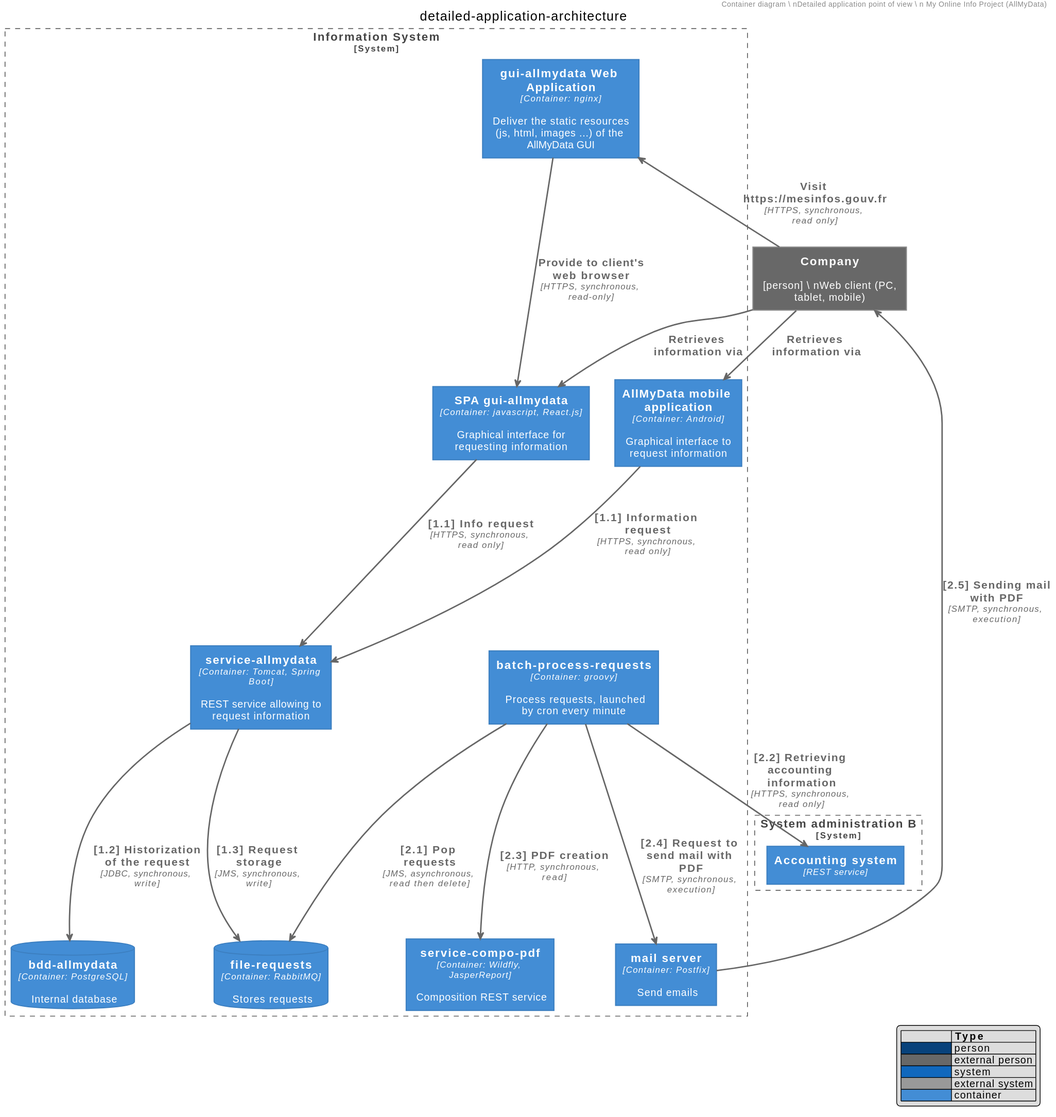
bflorat/architecture-document-template keeps this PlantUML diagram as diagrams/detailed-application-architecture.svg. Above is the earlier version. Its diagram source:
```plantuml
@startuml


!define ELEMENT_FONT_COLOR #FFFFFF


!define TECHN_FONT_SIZE 12

skinparam defaultTextAlignment center

skinparam wrapWidth 200
skinparam maxMessageSize 150

skinparam rectangle {
    StereotypeFontSize 12
    shadowing false
}

skinparam database {
    StereotypeFontSize 12
    shadowing false
}

skinparam Arrow {
    Color #666666
    FontColor #666666
    FontSize 14
    Thickness 2
}

skinparam rectangle<<zone>> {
    Shadowing false
    StereotypeFontSize 0
    FontColor #444444
    BorderColor #444444
    BorderStyle dashed
}


!definelong LAYOUT_AS_SKETCH
skinparam backgroundColor #EEEBDC
skinparam handwritten true
skinparam defaultFontName "Comic Sans MS"
center footer <font color=red>Warning:</font> Created for discussion, needs to be validated
!enddefinelong

!define LAYOUT_TOP_DOWN top to bottom direction
!define LAYOUT_LEFT_RIGHT left to right direction


!define Boundary(e_alias, e_label) rectangle "==e_label" <<zone>> as e_alias
!define Boundary(e_alias, e_label, e_type) rectangle "==e_label\n<size:TECHN_FONT_SIZE>[e_type]</size>" <<zone>> as e_alias


!define Rel_(e_alias1, e_alias2, e_label, e_direction="") e_alias1 e_direction e_alias2 : "===e_label"
!define Rel_(e_alias1, e_alias2, e_label, e_techn, e_direction="") e_alias1 e_direction e_alias2 : "===e_label\n//<size:TECHN_FONT_SIZE>[e_techn]</size>//"

!define Rel(e_from,e_to, e_label) Rel_(e_from,e_to, e_label, "-->")
!define Rel(e_from,e_to, e_label, e_techn) Rel_(e_from,e_to, e_label, e_techn, "-->")

!define Rel_Back(e_to, e_from, e_label) Rel_(e_to, e_from, e_label, "<--")
!define Rel_Back(e_to, e_from, e_label, e_techn) Rel_(e_to, e_from, e_label, e_techn, "<--")

!define Rel_Neighbor(e_from,e_to, e_label) Rel_(e_from,e_to, e_label, "->")
!define Rel_Neighbor(e_from,e_to, e_label, e_techn) Rel_(e_from,e_to, e_label, e_techn, "->")

!define Rel_Back_Neighbor(e_to, e_from, e_label) Rel_(e_to, e_from, e_label, "<-")
!define Rel_Back_Neighbor(e_to, e_from, e_label, e_techn) Rel_(e_to, e_from, e_label, e_techn, "<-")

!define Rel_D(e_from,e_to, e_label) Rel_(e_from,e_to, e_label, "-DOWN->")
!define Rel_D(e_from,e_to, e_label, e_techn) Rel_(e_from,e_to, e_label, e_techn, "-DOWN->")
!define Rel_Down(e_from,e_to, e_label) Rel_D(e_from,e_to, e_label)
!define Rel_Down(e_from,e_to, e_label, e_techn) Rel_D(e_from,e_to, e_label, e_techn)

!define Rel_U(e_from,e_to, e_label) Rel_(e_from,e_to, e_label, "-UP->")
!define Rel_U(e_from,e_to, e_label, e_techn) Rel_(e_from,e_to, e_label, e_techn, "-UP->")
!define Rel_Up(e_from,e_to, e_label) Rel_U(e_from,e_to, e_label)
!define Rel_Up(e_from,e_to, e_label, e_techn) Rel_U(e_from,e_to, e_label, e_techn)

!define Rel_L(e_from,e_to, e_label) Rel_(e_from,e_to, e_label, "-LEFT->")
!define Rel_L(e_from,e_to, e_label, e_techn) Rel_(e_from,e_to, e_label, e_techn, "-LEFT->")
!define Rel_Left(e_from,e_to, e_label) Rel_L(e_from,e_to, e_label)
!define Rel_Left(e_from,e_to, e_label, e_techn) Rel_L(e_from,e_to, e_label, e_techn)

!define Rel_R(e_from,e_to, e_label) Rel_(e_from,e_to, e_label, "-RIGHT->")
!define Rel_R(e_from,e_to, e_label, e_techn) Rel_(e_from,e_to, e_label, e_techn, "-RIGHT->")
!define Rel_Right(e_from,e_to, e_label) Rel_R(e_from,e_to, e_label)
!define Rel_Right(e_from,e_to, e_label, e_techn) Rel_R(e_from,e_to, e_label, e_techn)


!define Lay_D(e_from, e_to) e_from -[hidden]D- e_to
!define Lay_U(e_from, e_to) e_from -[hidden]U- e_to
!define Lay_R(e_from, e_to) e_from -[hidden]R- e_to
!define Lay_L(e_from, e_to) e_from -[hidden]L- e_to



!define PERSON_BG_COLOR #08427B
!define EXTERNAL_PERSON_BG_COLOR #686868
!define SYSTEM_BG_COLOR #1168BD
!define EXTERNAL_SYSTEM_BG_COLOR #999999


skinparam rectangle<<person>> {
    StereotypeFontColor ELEMENT_FONT_COLOR
    FontColor ELEMENT_FONT_COLOR
    BackgroundColor PERSON_BG_COLOR
    BorderColor #073B6F
}

skinparam rectangle<<external_person>> {
    StereotypeFontColor ELEMENT_FONT_COLOR
    FontColor ELEMENT_FONT_COLOR
    BackgroundColor EXTERNAL_PERSON_BG_COLOR
    BorderColor #8A8A8A
}

skinparam rectangle<<system>> {
    StereotypeFontColor ELEMENT_FONT_COLOR
    FontColor ELEMENT_FONT_COLOR
    BackgroundColor SYSTEM_BG_COLOR
    BorderColor #3C7FC0
}

skinparam rectangle<<external_system>> {
    StereotypeFontColor ELEMENT_FONT_COLOR
    FontColor ELEMENT_FONT_COLOR
    BackgroundColor EXTERNAL_SYSTEM_BG_COLOR
    BorderColor #8A8A8A
}

skinparam database<<system>> {
    StereotypeFontColor ELEMENT_FONT_COLOR
    FontColor ELEMENT_FONT_COLOR
    BackgroundColor SYSTEM_BG_COLOR
    BorderColor #3C7FC0
}

skinparam database<<external_system>> {
    StereotypeFontColor ELEMENT_FONT_COLOR
    FontColor ELEMENT_FONT_COLOR
    BackgroundColor EXTERNAL_SYSTEM_BG_COLOR
    BorderColor #8A8A8A
}


!definelong LAYOUT_WITH_LEGEND
hide stereotype
legend right
|=              |= Type |
|<PERSON_BG_COLOR>      | person |
|<EXTERNAL_PERSON_BG_COLOR>      | external person |
|<SYSTEM_BG_COLOR>   | system |
|<EXTERNAL_SYSTEM_BG_COLOR>      | external system |
endlegend
!enddefinelong


!define Person(e_alias, e_label) rectangle "==e_label" <<person>> as e_alias
!define Person(e_alias, e_label, e_descr) rectangle "==e_label\n\n e_descr" <<person>> as e_alias

!define Person_Ext(e_alias, e_label) rectangle "==e_label" <<external_person>> as e_alias
!define Person_Ext(e_alias, e_label, e_descr) rectangle "==e_label\n\n e_descr" <<external_person>> as e_alias

!define System(e_alias, e_label) rectangle "==e_label" <<system>> as e_alias
!define System(e_alias, e_label, e_descr) rectangle "==e_label\n\n e_descr" <<system>> as e_alias

!define System_Ext(e_alias, e_label) rectangle "==e_label" <<external_system>> as e_alias
!define System_Ext(e_alias, e_label, e_descr) rectangle "==e_label\n\n e_descr" <<external_system>> as e_alias

!define SystemDb(e_alias, e_label) database "==e_label" <<system>> as e_alias
!define SystemDb(e_alias, e_label, e_descr) database "==e_label\n\n e_descr" <<system>> as e_alias

!define SystemDb_Ext(e_alias, e_label) database "==e_label" <<external_system>> as e_alias
!define SystemDb_Ext(e_alias, e_label, e_descr) database "==e_label\n\n e_descr" <<external_system>> as e_alias


!define Enterprise_Boundary(e_alias, e_label) Boundary(e_alias, e_label, "Enterprise")
!define System_Boundary(e_alias, e_label) Boundary(e_alias, e_label, "System")



!define CONTAINER_BG_COLOR #438DD5


skinparam rectangle<<unité déployable>> {
    StereotypeFontColor ELEMENT_FONT_COLOR
    FontColor ELEMENT_FONT_COLOR
    BackgroundColor CONTAINER_BG_COLOR
    BorderColor #3C7FC0
}

skinparam database<<unité déployable>> {
    StereotypeFontColor ELEMENT_FONT_COLOR
    FontColor ELEMENT_FONT_COLOR
    BackgroundColor CONTAINER_BG_COLOR
    BorderColor #3C7FC0
}


!definelong LAYOUT_WITH_LEGEND
hide stereotype
legend right
|=              |= Type |
|<PERSON_BG_COLOR>      | person |
|<EXTERNAL_PERSON_BG_COLOR>      | external person |
|<SYSTEM_BG_COLOR>   | system |
|<EXTERNAL_SYSTEM_BG_COLOR>      | external system |
|<CONTAINER_BG_COLOR>   | container |
endlegend
!enddefinelong


!define Container(e_alias, e_label) rectangle "==e_label" <<unité déployable>> as e_alias
!define Container(e_alias, e_label, e_techn) rectangle "==e_label\n//<size:TECHN_FONT_SIZE>[e_techn]</size>//" <<unité déployable>> as e_alias
!define Container(e_alias, e_label, e_techn, e_descr) rectangle "==e_label\n//<size:TECHN_FONT_SIZE>[e_techn]</size>//\n\n e_descr" <<unité déployable>> as e_alias

!define ContainerDb(e_alias, e_label, e_techn) database "==e_label\n//<size:TECHN_FONT_SIZE>[e_techn]</size>//" <<unité déployable>> as e_alias
!define ContainerDb(e_alias, e_label, e_techn, e_descr) database "==e_label\n//<size:TECHN_FONT_SIZE>[e_techn]</size>//\n\n e_descr" <<unité déployable>> as e_alias


!define Container_Boundary(e_alias, e_label) Boundary(e_alias, e_label, "Container")
title detailed-application-architecture
header Container diagram \ nDetailed application point of view \ n My Online Info Project (AllMyData)
LAYOUT_WITH_LEGEND()
Person_Ext(company, "Company", "[person] \ nWeb client (PC, tablet, mobile)")

System_Boundary(administration, "System administration B") {
    Container(scompta, "Accounting system", "REST service")
}

System_Boundary(si, "Information System") {
    Container(static_resources, "gui-allmydata Web Application", "Container: nginx", "Deliver the static resources (js, html, images ...) of the AllMyData GUI")
    Container(spa, "SPA gui-allmydata", "Container: javascript, React.js", "Graphical interface for requesting information")
    Container(mobile, "AllMyData mobile application", "Container: Android", "Graphical interface to request information")
    Container(sm, "service-allmydata", "Container: Tomcat, Spring Boot", "REST service allowing to request information")
    Container(batch, "batch-process-requests", "Container: groovy", "Process requests, launched by cron every minute")
    ContainerDb(file, "file-requests", "Container: RabbitMQ", "Stores requests")
    ContainerDb(bdd, "bdd-allmydata", "Container: PostgreSQL", "Internal database")
    Container(compo, "service-compo-pdf", "Container: Wildfly, JasperReport", "Composition REST service")
    Container(smails, "mail server", "Container: Postfix", "Send emails")
}

Rel(company, static_resources, "Visit https://mesinfos.gouv.fr", "HTTPS, synchronous, read only")
Rel(company, spa, "Retrieves information via")
Rel(company, mobile, "Retrieves information via")
Rel(static_resources, spa, "Provide to client's web browser", "HTTPS, synchronous, read-only")
Rel(spa, sm, "[1.1] Info request", "HTTPS, synchronous, read only")
Rel(mobile, sm, "[1.1] Information request", "HTTPS, synchronous, read only")
Rel(sm, bdd, "[1.2] Historization of the request", "JDBC, synchronous, write")
Rel(sm, file, "[1.3] Request storage", "JMS, synchronous, write")
Rel(batch, file, "[2.1] Pop requests", "JMS, asynchronous, read then delete")
Rel(batch, scompta, "[2.2] Retrieving accounting information", "HTTPS, synchronous, read only")
Rel(batch, compo, "[2.3] PDF creation", "HTTP, synchronous, read")
Rel(batch, smails, "[2.4] Request to send mail with PDF", "SMTP, synchronous, execution")
Rel(smails, company, "[2.5] Sending mail with PDF", "SMTP, synchronous, execution")
@enduml
```
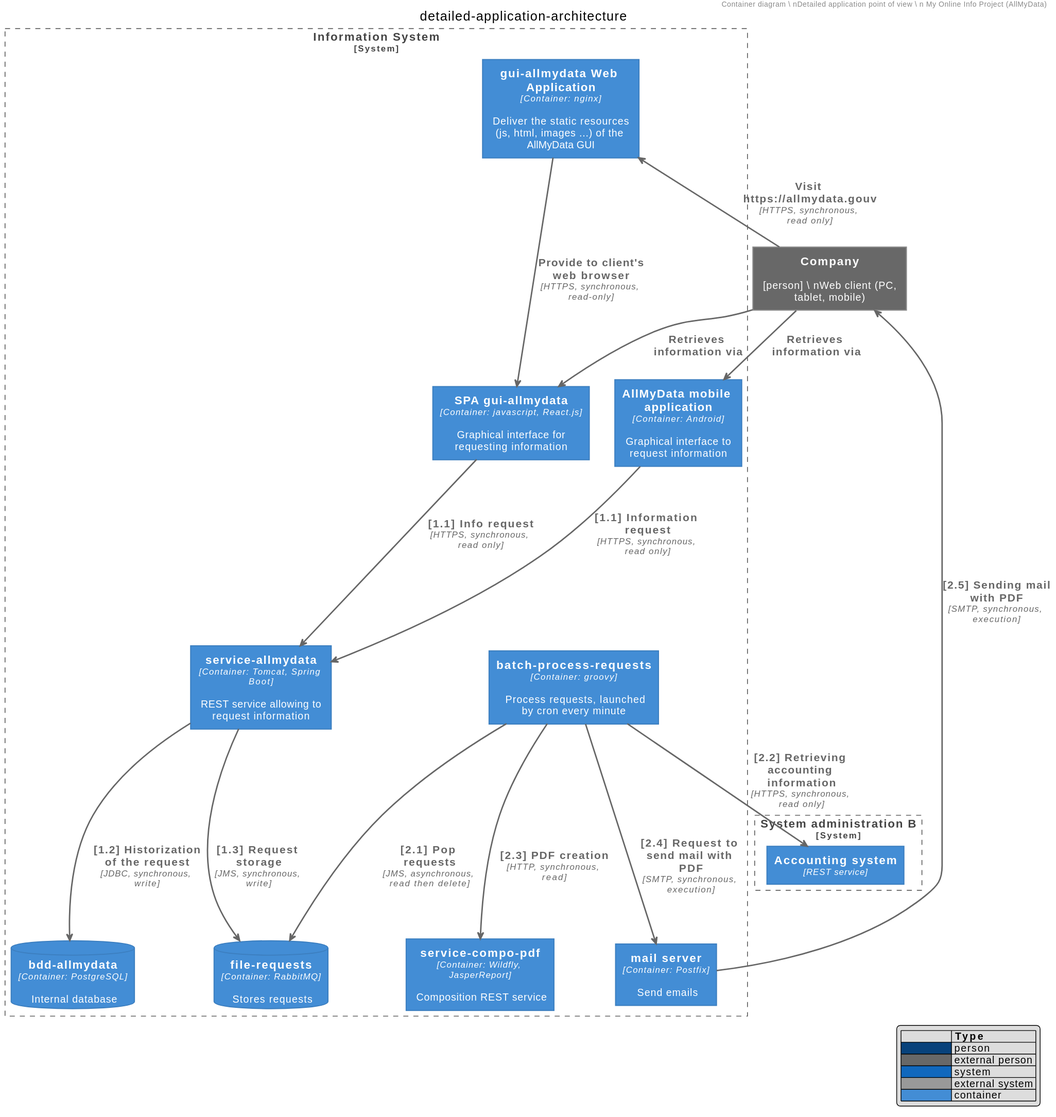
The same diagram one commit later.

Commit message:
fix: example url

Diff of the diagram source:
```diff
@@ -241,7 +241,7 @@
     Container(smails, "mail server", "Container: Postfix", "Send emails")
 }
 
-Rel(company, static_resources, "Visit https://mesinfos.gouv.fr", "HTTPS, synchronous, read only")
+Rel(company, static_resources, "Visit https://allmydata.gouv", "HTTPS, synchronous, read only")
 Rel(company, spa, "Retrieves information via")
 Rel(company, mobile, "Retrieves information via")
 Rel(static_resources, spa, "Provide to client's web browser", "HTTPS, synchronous, read-only")
```
